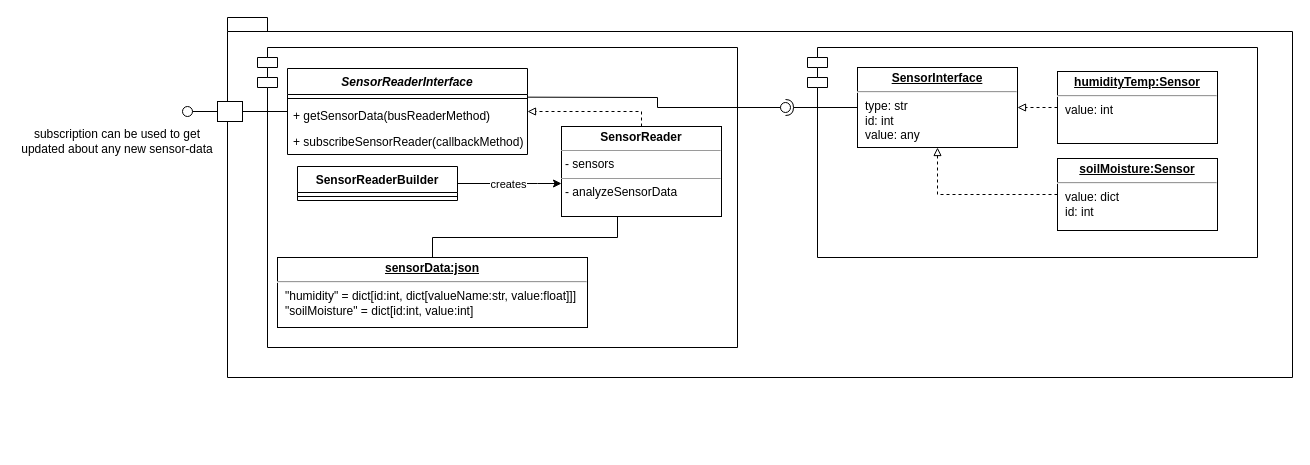
Above: SensorReader/Architecture/Architecture.drawio in Uhgtred/OpenGreenHouse (draw.io), before the change. Source tidied: cells renumbered, new cells numbered last; positions are measured from the earlier drawing's top-left corner, leaving out a move shared by most shapes. Both pictures are drawn from the tidied source at 100%, with x=0, y=0 at pixel (17, 17).
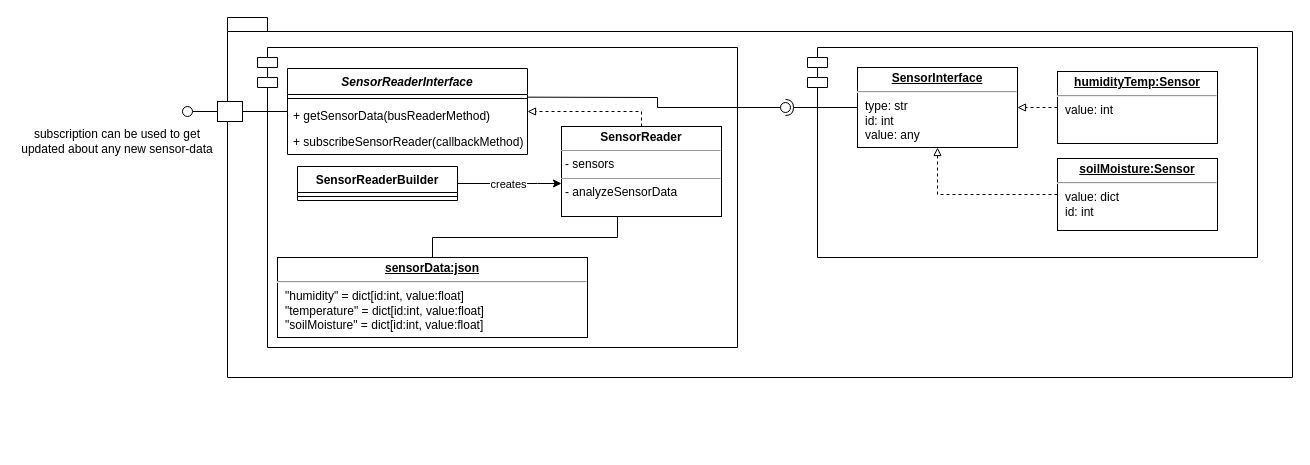
The same diagram, later.

Commit message (it also covers changes not shown here):
optimization of the sensor-board architecture

Diff of the diagram source:
```diff
@@
-    <mxCell id="12" value="&lt;p style=&quot;margin:0px;margin-top:4px;text-align:center;text-decoration:underline;&quot;&gt;&lt;b&gt;sensorData:json&lt;/b&gt;&lt;/p&gt;&lt;hr&gt;&lt;p style=&quot;margin:0px;margin-left:8px;&quot;&gt;&quot;humidity&quot; = dict[id:int, dict[valueName:str, value:float]]]&lt;br&gt;&quot;soilMoisture&quot; = dict[id:int, value:int]&lt;br&gt;&lt;/p&gt;" style="verticalAlign=top;align=left;overflow=fill;fontSize=12;fontFamily=Helvetica;html=1;" parent="1" vertex="1">
-      <mxGeometry x="260" y="240" width="310" height="70" as="geometry" />
+    <mxCell id="12" value="&lt;p style=&quot;margin:0px;margin-top:4px;text-align:center;text-decoration:underline;&quot;&gt;&lt;b&gt;sensorData:json&lt;/b&gt;&lt;/p&gt;&lt;hr&gt;&lt;p style=&quot;margin:0px;margin-left:8px;&quot;&gt;&quot;humidity&quot; = dict[id:int, value:float]&lt;/p&gt;&lt;p style=&quot;margin:0px;margin-left:8px;&quot;&gt;&quot;temperature&quot; = dict[id:int, value:float]&lt;br&gt;&quot;soilMoisture&quot; = dict[id:int, value:float]&lt;br&gt;&lt;/p&gt;" style="verticalAlign=top;align=left;overflow=fill;fontSize=12;fontFamily=Helvetica;html=1;" parent="1" vertex="1">
+      <mxGeometry x="260" y="240" width="310" height="80" as="geometry" />
     </mxCell>
```
